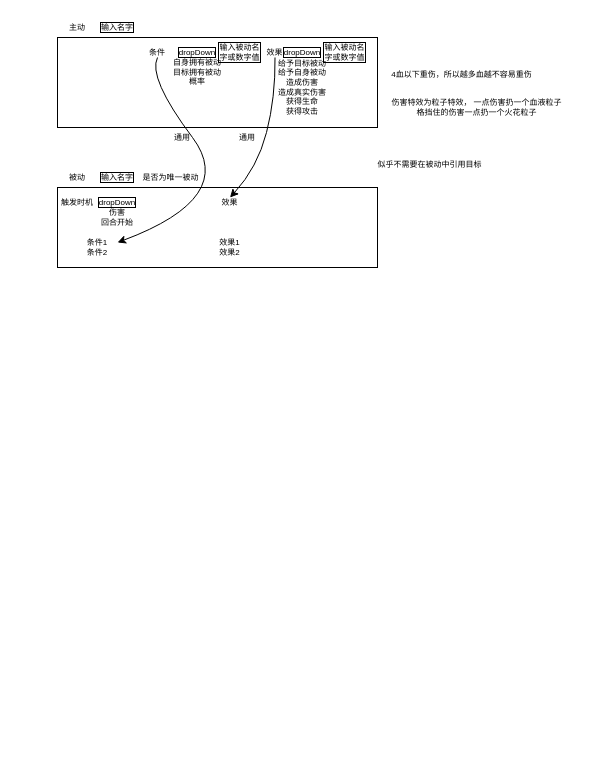
msljtacslw/cs407summer-front-end keeps this draw.io diagram as ui.drawio. Above is the earlier version. Source tidied: cells renumbered, new cells numbered last; positions are measured from the earlier drawing's top-left corner, leaving out a move shared by most shapes. Both pictures are drawn from the tidied source at 100%, with x=0, y=0 at pixel (57, 17).
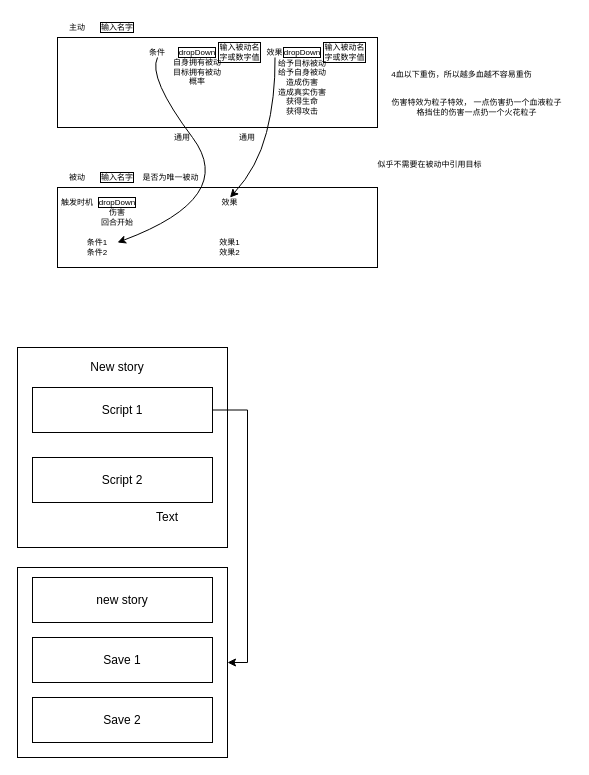
The same diagram, later.

What changed in the source:
```diff
@@
+    <mxCell id="30" style="rounded=0;whiteSpace=wrap;html=1;" parent="1" vertex="1">
+      <mxGeometry x="-40" y="330" width="210" height="200" as="geometry" />
+    </mxCell>
+    <mxCell id="31" style="edgeStyle=orthogonalEdgeStyle;rounded=0;jettySize=auto;html=1;exitX=1;exitY=0.5;exitDx=0;exitDy=0;entryX=1;entryY=0.5;entryDx=0;entryDy=0;" parent="1" edge="1" source="32" target="34">
+      <mxGeometry relative="1" as="geometry" />
+    </mxCell>
+    <mxCell id="32" value="Script 1" style="rounded=0;whiteSpace=wrap;html=1;" parent="1" vertex="1">
+      <mxGeometry x="-25" y="370" width="180" height="45" as="geometry" />
+    </mxCell>
+    <mxCell id="33" value="Script 2" style="rounded=0;whiteSpace=wrap;html=1;" parent="1" vertex="1">
+      <mxGeometry x="-25" y="440" width="180" height="45" as="geometry" />
+    </mxCell>
+    <mxCell id="34" style="rounded=0;whiteSpace=wrap;html=1;" parent="1" vertex="1">
+      <mxGeometry x="-40" y="550" width="210" height="190" as="geometry" />
+    </mxCell>
+    <mxCell id="35" value="new story" style="rounded=0;whiteSpace=wrap;html=1;" parent="1" vertex="1">
+      <mxGeometry x="-25" y="560" width="180" height="45" as="geometry" />
+    </mxCell>
+    <mxCell id="36" value="Save 1" style="rounded=0;whiteSpace=wrap;html=1;" parent="1" vertex="1">
+      <mxGeometry x="-25" y="620" width="180" height="45" as="geometry" />
+    </mxCell>
+    <mxCell id="37" value="Save 2" style="rounded=0;whiteSpace=wrap;html=1;" parent="1" vertex="1">
+      <mxGeometry x="-25" y="680" width="180" height="45" as="geometry" />
+    </mxCell>
+    <mxCell id="38" value="Text" style="text;html=1;strokeColor=none;fillColor=none;align=center;verticalAlign=middle;whiteSpace=wrap;rounded=0;" parent="1" vertex="1">
+      <mxGeometry x="90" y="490" width="40" height="20" as="geometry" />
+    </mxCell>
+    <mxCell id="39" value="New story" style="text;html=1;strokeColor=none;fillColor=none;align=center;verticalAlign=middle;whiteSpace=wrap;rounded=0;" parent="1" vertex="1">
+      <mxGeometry y="340" width="120" height="20" as="geometry" />
+    </mxCell>
```
